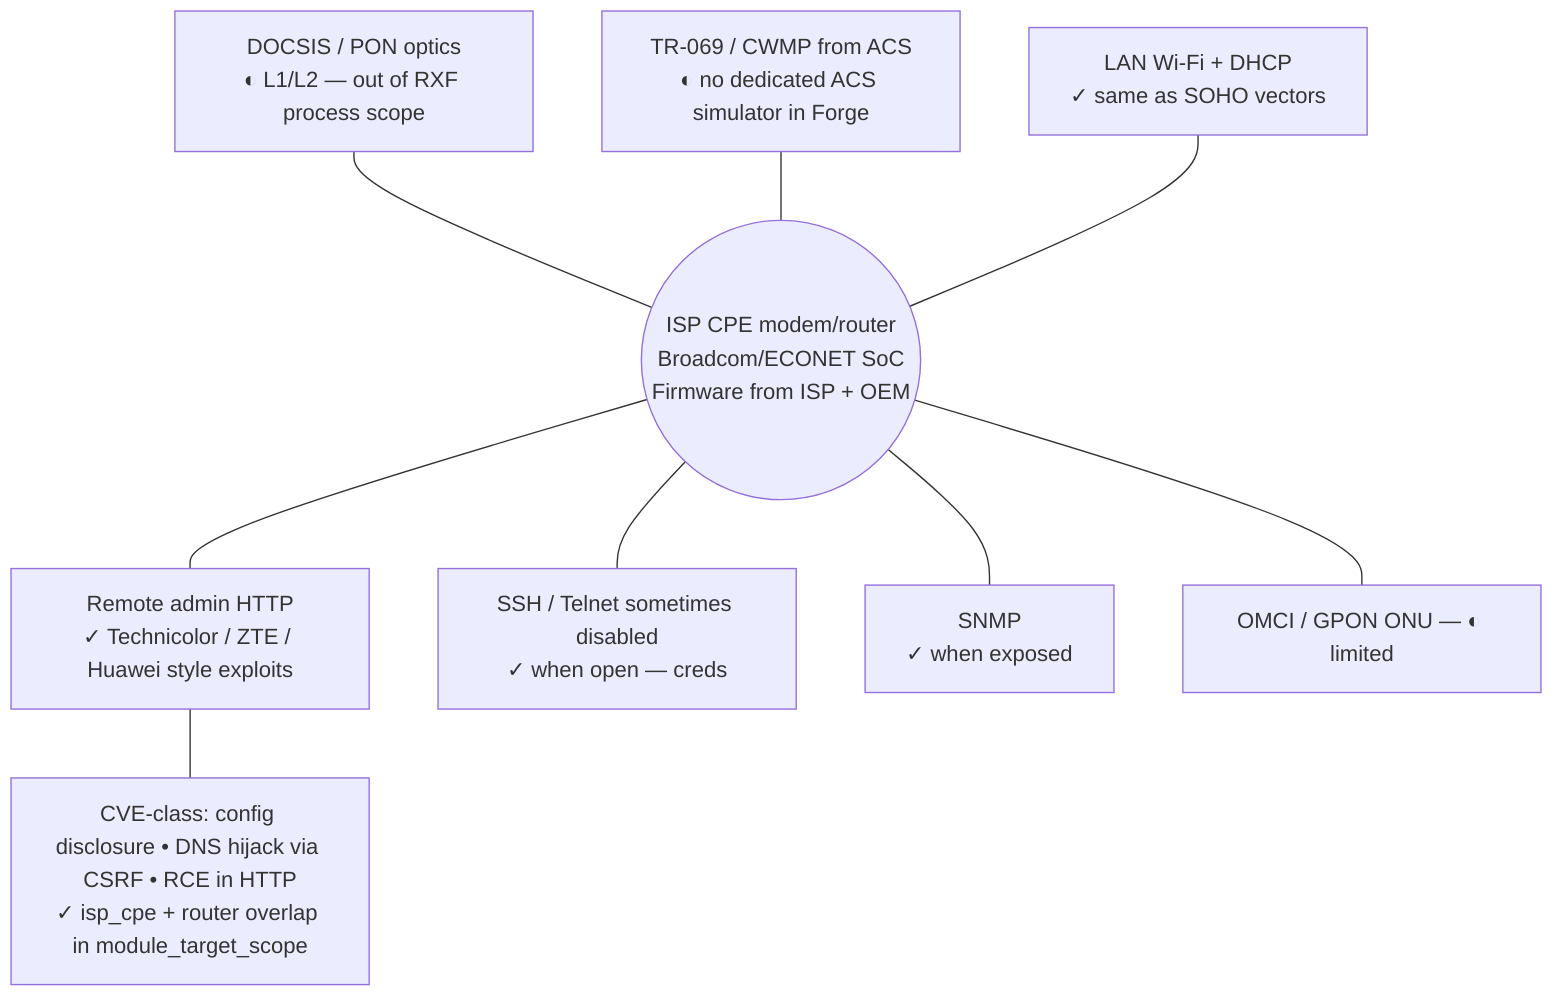
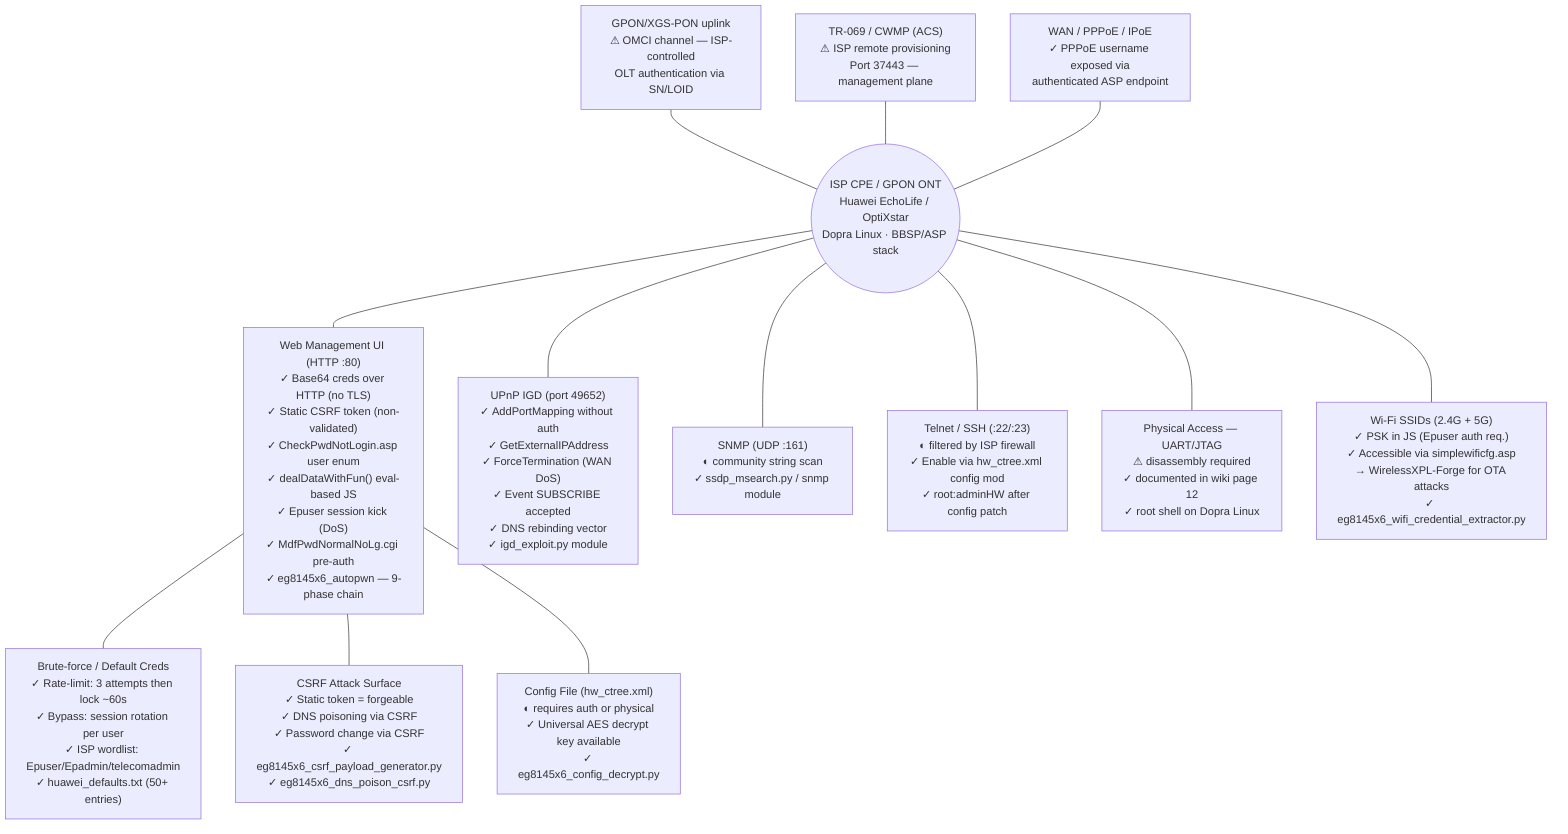
- %% RouterXPL-Forge — ISP CPE / residential gateway (en-US)
+ %% RouterXPL-Forge — ISP CPE / GPON ONT residential gateway (en-US)
flowchart TB
-   CORE(("ISP CPE modem/router<br/>Broadcom/ECONET SoC<br/>Firmware from ISP + OEM"))
+   CORE(("ISP CPE / GPON ONT\nHuawei EchoLife / OptiXstar\nDopra Linux · BBSP/ASP stack"))

-   DOCSIS["DOCSIS / PON optics<br/>◐ L1/L2 — out of RXF process scope"]
+   GPON["GPON/XGS-PON uplink\n⚠ OMCI channel — ISP-controlled\nOLT authentication via SN/LOID"]
+   TR69["TR-069 / CWMP (ACS)\n⚠ ISP remote provisioning\nPort 37443 — management plane"]
+   WAN["WAN / PPPoE / IPoE\n✓ PPPoE username exposed via\nauthenticated ASP endpoint"]

-   TR69["TR-069 / CWMP from ACS<br/>◐ no dedicated ACS simulator in Forge"]
+   WEBUI["Web Management UI (HTTP :80)\n✓ Base64 creds over HTTP (no TLS)\n✓ Static CSRF token (non-validated)\n✓ CheckPwdNotLogin.asp user enum\n✓ dealDataWithFun() eval-based JS\n✓ Epuser session kick (DoS)\n✓ MdfPwdNormalNoLg.cgi pre-auth\n✓ eg8145x6_autopwn — 9-phase chain"]

-   LAN["LAN Wi‑Fi + DHCP<br/>✓ same as SOHO vectors"]
+   BRUTEFORCE["Brute-force / Default Creds\n✓ Rate-limit: 3 attempts then lock ~60s\n✓ Bypass: session rotation per user\n✓ ISP wordlist: Epuser/Epadmin/telecomadmin\n✓ huawei_defaults.txt (50+ entries)"]

-   HTTP["Remote admin HTTP<br/>✓ Technicolor / ZTE / Huawei style exploits"]
+   UPNP["UPnP IGD (port 49652)\n✓ AddPortMapping without auth\n✓ GetExternalIPAddress\n✓ ForceTermination (WAN DoS)\n✓ Event SUBSCRIBE accepted\n✓ DNS rebinding vector\n✓ igd_exploit.py module"]

-   SSH["SSH / Telnet sometimes disabled<br/>✓ when open — creds"]
+   SNMP["SNMP (UDP :161)\n◐ community string scan\n✓ ssdp_msearch.py / snmp module"]

-   SNMP["SNMP<br/>✓ when exposed"]
+   TELNET["Telnet / SSH (:22/:23)\n◐ filtered by ISP firewall\n✓ Enable via hw_ctree.xml config mod\n✓ root:adminHW after config patch"]

-   GPON["OMCI / GPON ONU — ◐ limited"]
+   CONFIG["Config File (hw_ctree.xml)\n◐ requires auth or physical\n✓ Universal AES decrypt key available\n✓ eg8145x6_config_decrypt.py"]

-   CVE["CVE-class: config disclosure • DNS hijack via CSRF • RCE in HTTP<br/>✓ isp_cpe + router overlap in module_target_scope"]
+   PHYSICAL["Physical Access — UART/JTAG\n⚠ disassembly required\n✓ documented in wiki page 12\n✓ root shell on Dopra Linux"]

-   DOCSIS --- CORE
+   WIFI["Wi-Fi SSIDs (2.4G + 5G)\n✓ PSK in JS (Epuser auth req.)\n✓ Accessible via simplewificfg.asp\n→ WirelessXPL-Forge for OTA attacks\n✓ eg8145x6_wifi_credential_extractor.py"]
+ 
+   CSRF["CSRF Attack Surface\n✓ Static token = forgeable\n✓ DNS poisoning via CSRF\n✓ Password change via CSRF\n✓ eg8145x6_csrf_payload_generator.py\n✓ eg8145x6_dns_poison_csrf.py"]
+ 
+   GPON --- CORE
  TR69 --- CORE
-   LAN --- CORE
-   CORE --- HTTP
-   CORE --- SSH
+   WAN --- CORE
+   CORE --- WEBUI
+   CORE --- UPNP
  CORE --- SNMP
-   CORE --- GPON
-   HTTP --- CVE
+   CORE --- TELNET
+   CORE --- WIFI
+   WEBUI --- BRUTEFORCE
+   WEBUI --- CSRF
+   WEBUI --- CONFIG
+   CORE --- PHYSICAL
